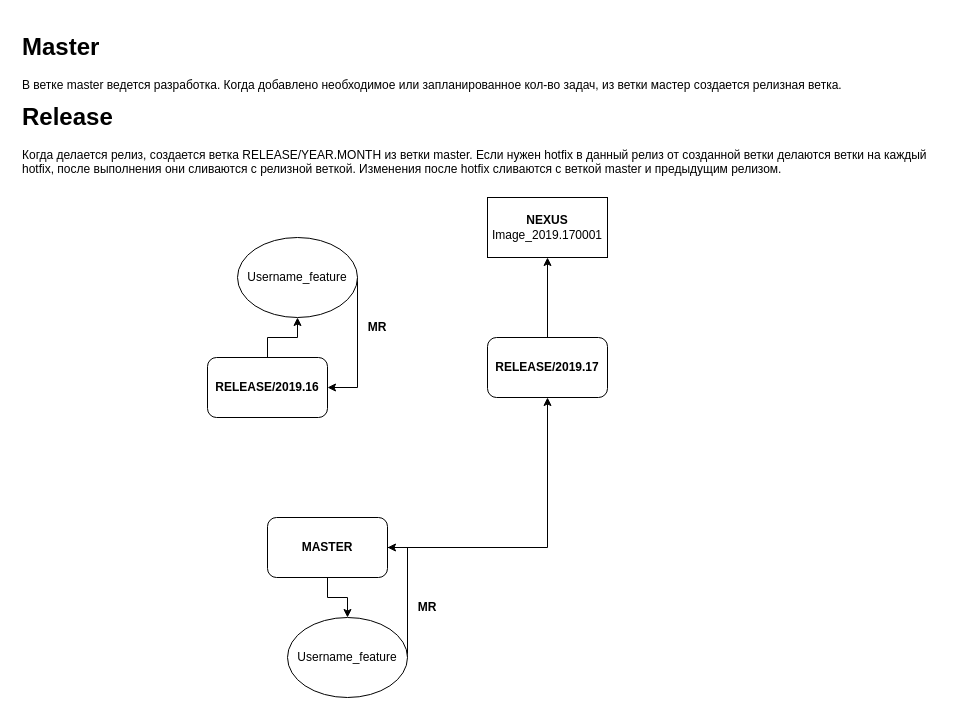
The draw.io diagram release_flow.drawio in biopsihoz/Jira, before the edit. Source tidied: cells renumbered, new cells numbered last; positions are measured from the earlier drawing's top-left corner, leaving out a move shared by most shapes. Both pictures are drawn from the tidied source at 100%, with x=0, y=0 at pixel (17, 27).
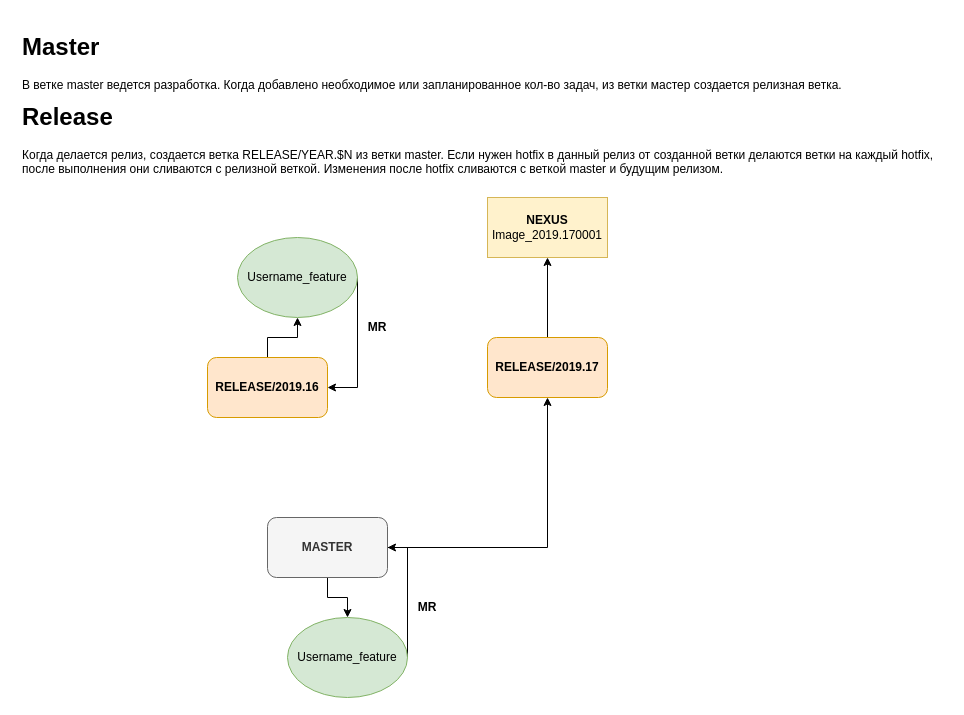
After the change.

What changed in the source:
```diff
@@
-    <mxCell id="4" value="&lt;b&gt;MASTER&lt;/b&gt;" style="rounded=1;whiteSpace=wrap;html=1;" parent="1" vertex="1">
+    <mxCell id="4" value="&lt;b&gt;MASTER&lt;/b&gt;" style="rounded=1;whiteSpace=wrap;html=1;fillColor=#f5f5f5;strokeColor=#666666;fontColor=#333333;" parent="1" vertex="1">
       <mxGeometry x="250" y="490" width="120" height="60" as="geometry" />
     </mxCell>
@@
-    <mxCell id="6" value="&lt;b&gt;RELEASE/2019.16&lt;/b&gt;" style="rounded=1;whiteSpace=wrap;html=1;" parent="1" vertex="1">
+    <mxCell id="6" value="&lt;b&gt;RELEASE/2019.16&lt;/b&gt;" style="rounded=1;whiteSpace=wrap;html=1;fillColor=#ffe6cc;strokeColor=#d79b00;" parent="1" vertex="1">
       <mxGeometry x="190" y="330" width="120" height="60" as="geometry" />
     </mxCell>
@@
-    <mxCell id="8" value="Username_feature" style="ellipse;whiteSpace=wrap;html=1;" parent="1" vertex="1">
+    <mxCell id="8" value="Username_feature" style="ellipse;whiteSpace=wrap;html=1;fillColor=#d5e8d4;strokeColor=#82b366;" parent="1" vertex="1">
       <mxGeometry x="220" y="210" width="120" height="80" as="geometry" />
     </mxCell>
@@
-    <mxCell id="11" value="&lt;b&gt;RELEASE/2019.17&lt;/b&gt;" style="rounded=1;whiteSpace=wrap;html=1;" parent="1" vertex="1">
+    <mxCell id="11" value="&lt;b&gt;RELEASE/2019.17&lt;/b&gt;" style="rounded=1;whiteSpace=wrap;html=1;fillColor=#ffe6cc;strokeColor=#d79b00;" parent="1" vertex="1">
       <mxGeometry x="470" y="310" width="120" height="60" as="geometry" />
     </mxCell>
-    <mxCell id="12" value="&lt;b&gt;NEXUS&lt;/b&gt;&lt;br&gt;Image_2019.170001" style="rounded=0;whiteSpace=wrap;html=1;" parent="1" vertex="1">
+    <mxCell id="12" value="&lt;b&gt;NEXUS&lt;/b&gt;&lt;br&gt;Image_2019.170001" style="rounded=0;whiteSpace=wrap;html=1;fillColor=#fff2cc;strokeColor=#d6b656;" parent="1" vertex="1">
       <mxGeometry x="470" y="170" width="120" height="60" as="geometry" />
     </mxCell>
@@
-    <mxCell id="14" value="&lt;span style=&quot;white-space: normal&quot;&gt;Username_feature&lt;/span&gt;" style="ellipse;whiteSpace=wrap;html=1;" parent="1" vertex="1">
+    <mxCell id="14" value="&lt;span style=&quot;white-space: normal&quot;&gt;Username_feature&lt;/span&gt;" style="ellipse;whiteSpace=wrap;html=1;fillColor=#d5e8d4;strokeColor=#82b366;" parent="1" vertex="1">
       <mxGeometry x="270" y="590" width="120" height="80" as="geometry" />
     </mxCell>
@@
-    <mxCell id="16" value="&lt;h1&gt;Release&lt;/h1&gt;&lt;p&gt;Когда делается релиз, создается ветка RELEASE/YEAR.MONTH&amp;nbsp;&lt;span&gt;из ветки master. Если нужен hotfix в данный релиз от созданной ветки делаются ветки на каждый hotfix, после выполнения они сливаются с релизной веткой. Изменения после hotfix сливаются с веткой master и предыдущим релизом.&lt;/span&gt;&lt;/p&gt;" style="text;html=1;strokeColor=none;fillColor=none;spacing=5;spacingTop=-20;whiteSpace=wrap;overflow=hidden;rounded=0;" parent="1" vertex="1">
+    <mxCell id="16" value="&lt;h1&gt;Release&lt;/h1&gt;&lt;p&gt;Когда делается релиз, создается ветка RELEASE/YEAR.$N&amp;nbsp;&lt;span&gt;из ветки master. Если нужен hotfix в данный релиз от созданной ветки делаются ветки на каждый hotfix, после выполнения они сливаются с релизной веткой. Изменения после hotfix сливаются с веткой master и будущим релизом.&lt;/span&gt;&lt;/p&gt;" style="text;html=1;strokeColor=none;fillColor=none;spacing=5;spacingTop=-20;whiteSpace=wrap;overflow=hidden;rounded=0;" parent="1" vertex="1">
       <mxGeometry y="70" width="930" height="90" as="geometry" />
     </mxCell>
```
